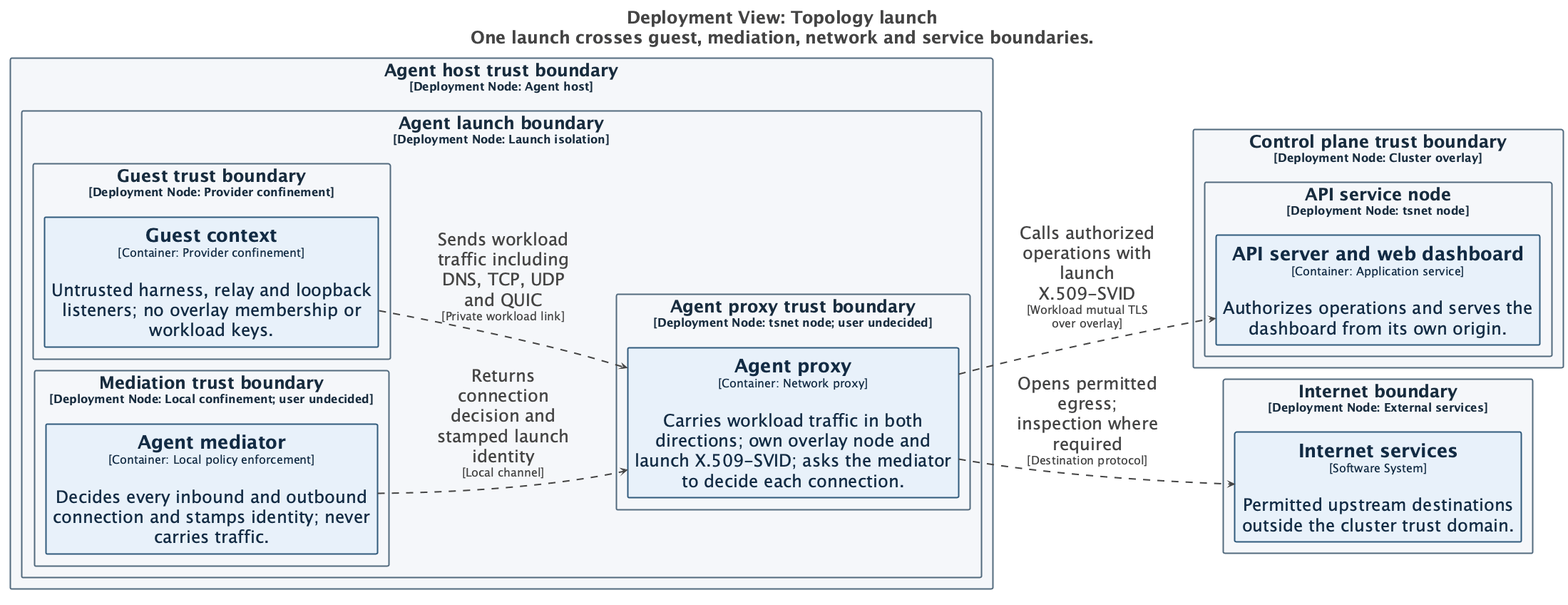
Earlier version of the PlantUML export docs/diagrams/structurizr-network-launch.png (tbhb-dev/afakt). Its source is kept beside it as docs/diagrams/structurizr-network-launch.puml. Source of this version:
```plantuml
@startuml
title <size:24>Deployment View: Topology launch</size>\n<size:24>One launch crosses guest, mediation, network and service boundaries.</size>

set separator none
left to right direction
skinparam ranksep 20
skinparam nodesep 5
hide stereotype

skinparam {
  nodesep 80
  ranksep 160
}

<style>
  root {
    BackgroundColor: #ffffff;
    FontColor: #444444;
  }
  // Element,Topology
  .Element-RWxlbWVudCxUb3BvbG9neQ== {
    BackgroundColor: #e8f1fa;
    LineColor: #315b7d;
    LineStyle: 0;
    LineThickness: 2;
    FontColor: #122b44;
    FontSize: 24;
    HorizontalAlignment: center;
    Shadowing: 0;
    MaximumWidth: 450;
  }
  // Relationship
  .Relationship-UmVsYXRpb25zaGlw {
    LineThickness: 2;
    LineStyle: 10-10;
    LineColor: #444444;
    FontColor: #444444;
    FontSize: 24;
    MaximumWidth: 200;
  }
  // Element,Deployment Node
  .DeploymentNode-RWxlbWVudCxEZXBsb3ltZW50IE5vZGU= {
    BackgroundColor: #f5f7fa;
    LineColor: #536b7e;
    LineStyle: 0;
    LineThickness: 2;
    FontColor: #182c3e;
    FontSize: 24;
    HorizontalAlignment: center;
    Shadowing: 0;
  }
</style>

rectangle "Agent host trust boundary\n<size:16>[Deployment Node: Agent host]</size>" <<DeploymentNode-RWxlbWVudCxEZXBsb3ltZW50IE5vZGU=>> as Topologylaunch.Agenthosttrustboundary {
  rectangle "Agent launch boundary\n<size:16>[Deployment Node: Launch isolation]</size>" <<DeploymentNode-RWxlbWVudCxEZXBsb3ltZW50IE5vZGU=>> as Topologylaunch.Agenthosttrustboundary.Agentlaunchboundary {
    rectangle "Guest trust boundary\n<size:16>[Deployment Node: Provider confinement]</size>" <<DeploymentNode-RWxlbWVudCxEZXBsb3ltZW50IE5vZGU=>> as Topologylaunch.Agenthosttrustboundary.Agentlaunchboundary.Guesttrustboundary {
      rectangle "==Guest context\n<size:16>[Container: Provider confinement]</size>\n\nUntrusted harness, relay and loopback listeners; no overlay membership or workload keys." <<Element-RWxlbWVudCxUb3BvbG9neQ==>> as Topologylaunch.Agenthosttrustboundary.Agentlaunchboundary.Guesttrustboundary.Guestcontext_1
    }

    rectangle "Mediation trust boundary\n<size:16>[Deployment Node: Local confinement; user undecided]</size>" <<DeploymentNode-RWxlbWVudCxEZXBsb3ltZW50IE5vZGU=>> as Topologylaunch.Agenthosttrustboundary.Agentlaunchboundary.Mediationtrustboundary {
      rectangle "==Agent mediator\n<size:16>[Container: Local policy enforcement]</size>\n\nDecides every inbound and outbound connection and stamps identity; never carries traffic." <<Element-RWxlbWVudCxUb3BvbG9neQ==>> as Topologylaunch.Agenthosttrustboundary.Agentlaunchboundary.Mediationtrustboundary.Agentmediator_1
    }

    rectangle "Agent proxy trust boundary\n<size:16>[Deployment Node: tsnet node; user undecided]</size>" <<DeploymentNode-RWxlbWVudCxEZXBsb3ltZW50IE5vZGU=>> as Topologylaunch.Agenthosttrustboundary.Agentlaunchboundary.Agentproxytrustboundary {
      rectangle "==Agent proxy\n<size:16>[Container: Network proxy]</size>\n\nCarries workload traffic in both directions; own overlay node and launch X.509-SVID; asks the mediator to decide each connection." <<Element-RWxlbWVudCxUb3BvbG9neQ==>> as Topologylaunch.Agenthosttrustboundary.Agentlaunchboundary.Agentproxytrustboundary.Agentproxy_1
    }

  }

}

rectangle "Control plane trust boundary\n<size:16>[Deployment Node: Cluster overlay]</size>" <<DeploymentNode-RWxlbWVudCxEZXBsb3ltZW50IE5vZGU=>> as Topologylaunch.Controlplanetrustboundary {
  rectangle "API service node\n<size:16>[Deployment Node: tsnet node]</size>" <<DeploymentNode-RWxlbWVudCxEZXBsb3ltZW50IE5vZGU=>> as Topologylaunch.Controlplanetrustboundary.APIservicenode {
    rectangle "==API server and web dashboard\n<size:16>[Container: Application service]</size>\n\nAuthorizes operations and serves the dashboard from its own origin." <<Element-RWxlbWVudCxUb3BvbG9neQ==>> as Topologylaunch.Controlplanetrustboundary.APIservicenode.APIserverandwebdashboard_1
  }

}

rectangle "Internet boundary\n<size:16>[Deployment Node: External services]</size>" <<DeploymentNode-RWxlbWVudCxEZXBsb3ltZW50IE5vZGU=>> as Topologylaunch.Internetboundary {
  rectangle "==Internet services\n<size:16>[Software System]</size>\n\nPermitted upstream destinations outside the cluster trust domain." <<Element-RWxlbWVudCxUb3BvbG9neQ==>> as Topologylaunch.Internetboundary.Internetservices_1
}

Topologylaunch.Agenthosttrustboundary.Agentlaunchboundary.Guesttrustboundary.Guestcontext_1 --> Topologylaunch.Agenthosttrustboundary.Agentlaunchboundary.Agentproxytrustboundary.Agentproxy_1 <<Relationship-UmVsYXRpb25zaGlw>> : "Sends workload traffic including DNS, TCP, UDP and QUIC\n<size:16>[Private workload link]</size>"
Topologylaunch.Agenthosttrustboundary.Agentlaunchboundary.Mediationtrustboundary.Agentmediator_1 --> Topologylaunch.Agenthosttrustboundary.Agentlaunchboundary.Agentproxytrustboundary.Agentproxy_1 <<Relationship-UmVsYXRpb25zaGlw>> : "Returns connection decision and stamped launch identity\n<size:16>[Local channel]</size>"
Topologylaunch.Agenthosttrustboundary.Agentlaunchboundary.Agentproxytrustboundary.Agentproxy_1 --> Topologylaunch.Controlplanetrustboundary.APIservicenode.APIserverandwebdashboard_1 <<Relationship-UmVsYXRpb25zaGlw>> : "Calls authorized operations with launch X.509-SVID\n<size:16>[Workload mutual TLS over overlay]</size>"
Topologylaunch.Agenthosttrustboundary.Agentlaunchboundary.Agentproxytrustboundary.Agentproxy_1 --> Topologylaunch.Internetboundary.Internetservices_1 <<Relationship-UmVsYXRpb25zaGlw>> : "Opens permitted egress; inspection where required\n<size:16>[Destination protocol]</size>"

@enduml
```
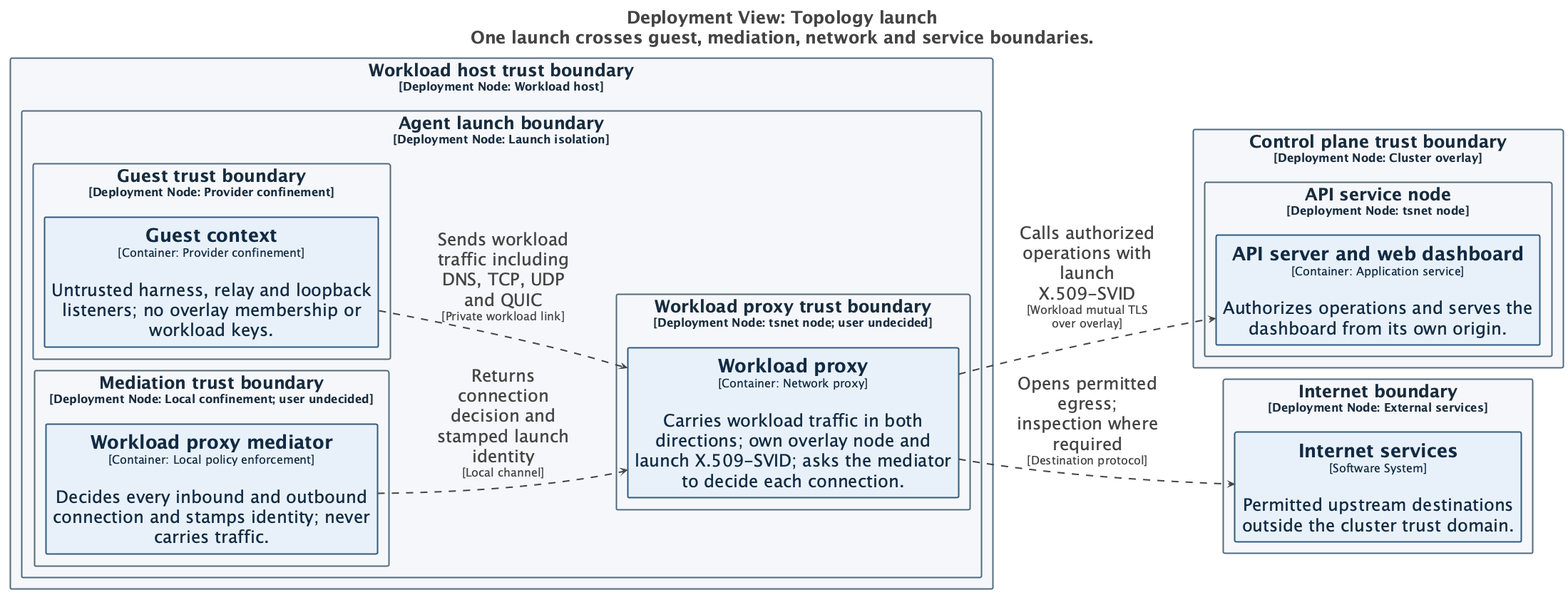
Later version of the same file.

The edit, as a diff of the source:
```diff
@@ -51,18 +51,18 @@
   }
 </style>
 
-rectangle "Agent host trust boundary\n<size:16>[Deployment Node: Agent host]</size>" <<DeploymentNode-RWxlbWVudCxEZXBsb3ltZW50IE5vZGU=>> as Topologylaunch.Agenthosttrustboundary {
-  rectangle "Agent launch boundary\n<size:16>[Deployment Node: Launch isolation]</size>" <<DeploymentNode-RWxlbWVudCxEZXBsb3ltZW50IE5vZGU=>> as Topologylaunch.Agenthosttrustboundary.Agentlaunchboundary {
-    rectangle "Guest trust boundary\n<size:16>[Deployment Node: Provider confinement]</size>" <<DeploymentNode-RWxlbWVudCxEZXBsb3ltZW50IE5vZGU=>> as Topologylaunch.Agenthosttrustboundary.Agentlaunchboundary.Guesttrustboundary {
-      rectangle "==Guest context\n<size:16>[Container: Provider confinement]</size>\n\nUntrusted harness, relay and loopback listeners; no overlay membership or workload keys." <<Element-RWxlbWVudCxUb3BvbG9neQ==>> as Topologylaunch.Agenthosttrustboundary.Agentlaunchboundary.Guesttrustboundary.Guestcontext_1
+rectangle "Workload host trust boundary\n<size:16>[Deployment Node: Workload host]</size>" <<DeploymentNode-RWxlbWVudCxEZXBsb3ltZW50IE5vZGU=>> as Topologylaunch.Workloadhosttrustboundary {
+  rectangle "Agent launch boundary\n<size:16>[Deployment Node: Launch isolation]</size>" <<DeploymentNode-RWxlbWVudCxEZXBsb3ltZW50IE5vZGU=>> as Topologylaunch.Workloadhosttrustboundary.Agentlaunchboundary {
+    rectangle "Guest trust boundary\n<size:16>[Deployment Node: Provider confinement]</size>" <<DeploymentNode-RWxlbWVudCxEZXBsb3ltZW50IE5vZGU=>> as Topologylaunch.Workloadhosttrustboundary.Agentlaunchboundary.Guesttrustboundary {
+      rectangle "==Guest context\n<size:16>[Container: Provider confinement]</size>\n\nUntrusted harness, relay and loopback listeners; no overlay membership or workload keys." <<Element-RWxlbWVudCxUb3BvbG9neQ==>> as Topologylaunch.Workloadhosttrustboundary.Agentlaunchboundary.Guesttrustboundary.Guestcontext_1
     }
 
-    rectangle "Mediation trust boundary\n<size:16>[Deployment Node: Local confinement; user undecided]</size>" <<DeploymentNode-RWxlbWVudCxEZXBsb3ltZW50IE5vZGU=>> as Topologylaunch.Agenthosttrustboundary.Agentlaunchboundary.Mediationtrustboundary {
-      rectangle "==Agent mediator\n<size:16>[Container: Local policy enforcement]</size>\n\nDecides every inbound and outbound connection and stamps identity; never carries traffic." <<Element-RWxlbWVudCxUb3BvbG9neQ==>> as Topologylaunch.Agenthosttrustboundary.Agentlaunchboundary.Mediationtrustboundary.Agentmediator_1
+    rectangle "Mediation trust boundary\n<size:16>[Deployment Node: Local confinement; user undecided]</size>" <<DeploymentNode-RWxlbWVudCxEZXBsb3ltZW50IE5vZGU=>> as Topologylaunch.Workloadhosttrustboundary.Agentlaunchboundary.Mediationtrustboundary {
+      rectangle "==Workload proxy mediator\n<size:16>[Container: Local policy enforcement]</size>\n\nDecides every inbound and outbound connection and stamps identity; never carries traffic." <<Element-RWxlbWVudCxUb3BvbG9neQ==>> as Topologylaunch.Workloadhosttrustboundary.Agentlaunchboundary.Mediationtrustboundary.Workloadproxymediator_1
     }
 
-    rectangle "Agent proxy trust boundary\n<size:16>[Deployment Node: tsnet node; user undecided]</size>" <<DeploymentNode-RWxlbWVudCxEZXBsb3ltZW50IE5vZGU=>> as Topologylaunch.Agenthosttrustboundary.Agentlaunchboundary.Agentproxytrustboundary {
-      rectangle "==Agent proxy\n<size:16>[Container: Network proxy]</size>\n\nCarries workload traffic in both directions; own overlay node and launch X.509-SVID; asks the mediator to decide each connection." <<Element-RWxlbWVudCxUb3BvbG9neQ==>> as Topologylaunch.Agenthosttrustboundary.Agentlaunchboundary.Agentproxytrustboundary.Agentproxy_1
+    rectangle "Workload proxy trust boundary\n<size:16>[Deployment Node: tsnet node; user undecided]</size>" <<DeploymentNode-RWxlbWVudCxEZXBsb3ltZW50IE5vZGU=>> as Topologylaunch.Workloadhosttrustboundary.Agentlaunchboundary.Workloadproxytrustboundary {
+      rectangle "==Workload proxy\n<size:16>[Container: Network proxy]</size>\n\nCarries workload traffic in both directions; own overlay node and launch X.509-SVID; asks the mediator to decide each connection." <<Element-RWxlbWVudCxUb3BvbG9neQ==>> as Topologylaunch.Workloadhosttrustboundary.Agentlaunchboundary.Workloadproxytrustboundary.Workloadproxy_1
     }
 
   }
@@ -80,9 +80,9 @@
   rectangle "==Internet services\n<size:16>[Software System]</size>\n\nPermitted upstream destinations outside the cluster trust domain." <<Element-RWxlbWVudCxUb3BvbG9neQ==>> as Topologylaunch.Internetboundary.Internetservices_1
 }
 
-Topologylaunch.Agenthosttrustboundary.Agentlaunchboundary.Guesttrustboundary.Guestcontext_1 --> Topologylaunch.Agenthosttrustboundary.Agentlaunchboundary.Agentproxytrustboundary.Agentproxy_1 <<Relationship-UmVsYXRpb25zaGlw>> : "Sends workload traffic including DNS, TCP, UDP and QUIC\n<size:16>[Private workload link]</size>"
-Topologylaunch.Agenthosttrustboundary.Agentlaunchboundary.Mediationtrustboundary.Agentmediator_1 --> Topologylaunch.Agenthosttrustboundary.Agentlaunchboundary.Agentproxytrustboundary.Agentproxy_1 <<Relationship-UmVsYXRpb25zaGlw>> : "Returns connection decision and stamped launch identity\n<size:16>[Local channel]</size>"
-Topologylaunch.Agenthosttrustboundary.Agentlaunchboundary.Agentproxytrustboundary.Agentproxy_1 --> Topologylaunch.Controlplanetrustboundary.APIservicenode.APIserverandwebdashboard_1 <<Relationship-UmVsYXRpb25zaGlw>> : "Calls authorized operations with launch X.509-SVID\n<size:16>[Workload mutual TLS over overlay]</size>"
-Topologylaunch.Agenthosttrustboundary.Agentlaunchboundary.Agentproxytrustboundary.Agentproxy_1 --> Topologylaunch.Internetboundary.Internetservices_1 <<Relationship-UmVsYXRpb25zaGlw>> : "Opens permitted egress; inspection where required\n<size:16>[Destination protocol]</size>"
+Topologylaunch.Workloadhosttrustboundary.Agentlaunchboundary.Guesttrustboundary.Guestcontext_1 --> Topologylaunch.Workloadhosttrustboundary.Agentlaunchboundary.Workloadproxytrustboundary.Workloadproxy_1 <<Relationship-UmVsYXRpb25zaGlw>> : "Sends workload traffic including DNS, TCP, UDP and QUIC\n<size:16>[Private workload link]</size>"
+Topologylaunch.Workloadhosttrustboundary.Agentlaunchboundary.Mediationtrustboundary.Workloadproxymediator_1 --> Topologylaunch.Workloadhosttrustboundary.Agentlaunchboundary.Workloadproxytrustboundary.Workloadproxy_1 <<Relationship-UmVsYXRpb25zaGlw>> : "Returns connection decision and stamped launch identity\n<size:16>[Local channel]</size>"
+Topologylaunch.Workloadhosttrustboundary.Agentlaunchboundary.Workloadproxytrustboundary.Workloadproxy_1 --> Topologylaunch.Controlplanetrustboundary.APIservicenode.APIserverandwebdashboard_1 <<Relationship-UmVsYXRpb25zaGlw>> : "Calls authorized operations with launch X.509-SVID\n<size:16>[Workload mutual TLS over overlay]</size>"
+Topologylaunch.Workloadhosttrustboundary.Agentlaunchboundary.Workloadproxytrustboundary.Workloadproxy_1 --> Topologylaunch.Internetboundary.Internetservices_1 <<Relationship-UmVsYXRpb25zaGlw>> : "Opens permitted egress; inspection where required\n<size:16>[Destination protocol]</size>"
 
 @enduml
```
